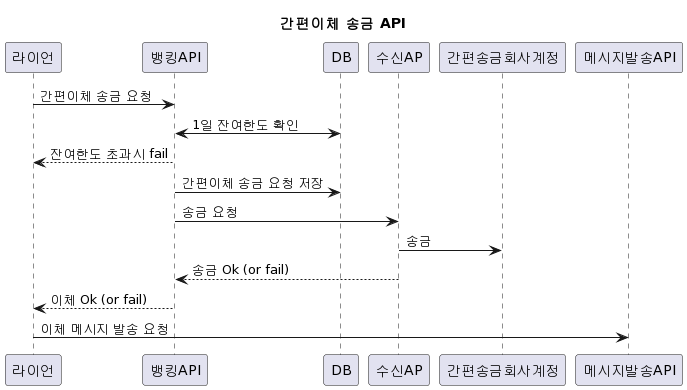
Before: img/간편이체 송금.png, a diagram exported from PlantUML (darknisfire/assignment). Source of this version:
```plantuml
@startuml
title 간편이체 송금 API
participant 라이언 order 0

라이언 -> 뱅킹API : 간편이체 송금 요청
뱅킹API <-> DB : 1일 잔여한도 확인
뱅킹API --> 라이언 : 잔여한도 초과시 fail
뱅킹API -> DB : 간편이체 송금 요청 저장
뱅킹API -> 수신AP: 송금 요청
수신AP -> 간편송금회사계정 : 송금
수신AP --> 뱅킹API : 송금 Ok (or fail)
뱅킹API --> 라이언 : 이체 Ok (or fail)
라이언 -> 메시지발송API : 이체 메시지 발송 요청
@enduml
```
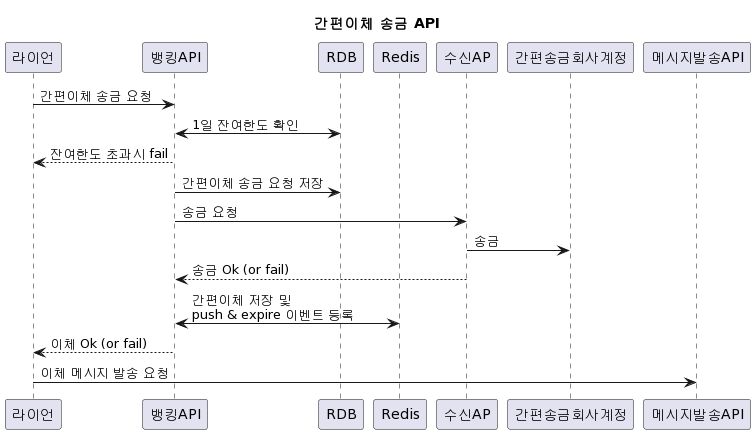
Later version of the same file.

Diff of the diagram source:
```diff
@@ -1,14 +1,21 @@
 @startuml
 title 간편이체 송금 API
 participant 라이언 order 0
+participant 뱅킹API order 1
+participant RDB order 2
+participant Redis order 3
+participant 수신AP order 4
+participant 간편송금회사계정 order 5
+participant 메시지발송API order 6
 
 라이언 -> 뱅킹API : 간편이체 송금 요청
-뱅킹API <-> DB : 1일 잔여한도 확인
+뱅킹API <-> RDB : 1일 잔여한도 확인
 뱅킹API --> 라이언 : 잔여한도 초과시 fail
-뱅킹API -> DB : 간편이체 송금 요청 저장
+뱅킹API -> RDB : 간편이체 송금 요청 저장
 뱅킹API -> 수신AP: 송금 요청
 수신AP -> 간편송금회사계정 : 송금
 수신AP --> 뱅킹API : 송금 Ok (or fail)
+뱅킹API <-> Redis : 간편이체 저장 및 \npush & expire 이벤트 등록
 뱅킹API --> 라이언 : 이체 Ok (or fail)
 라이언 -> 메시지발송API : 이체 메시지 발송 요청
 @enduml
```
